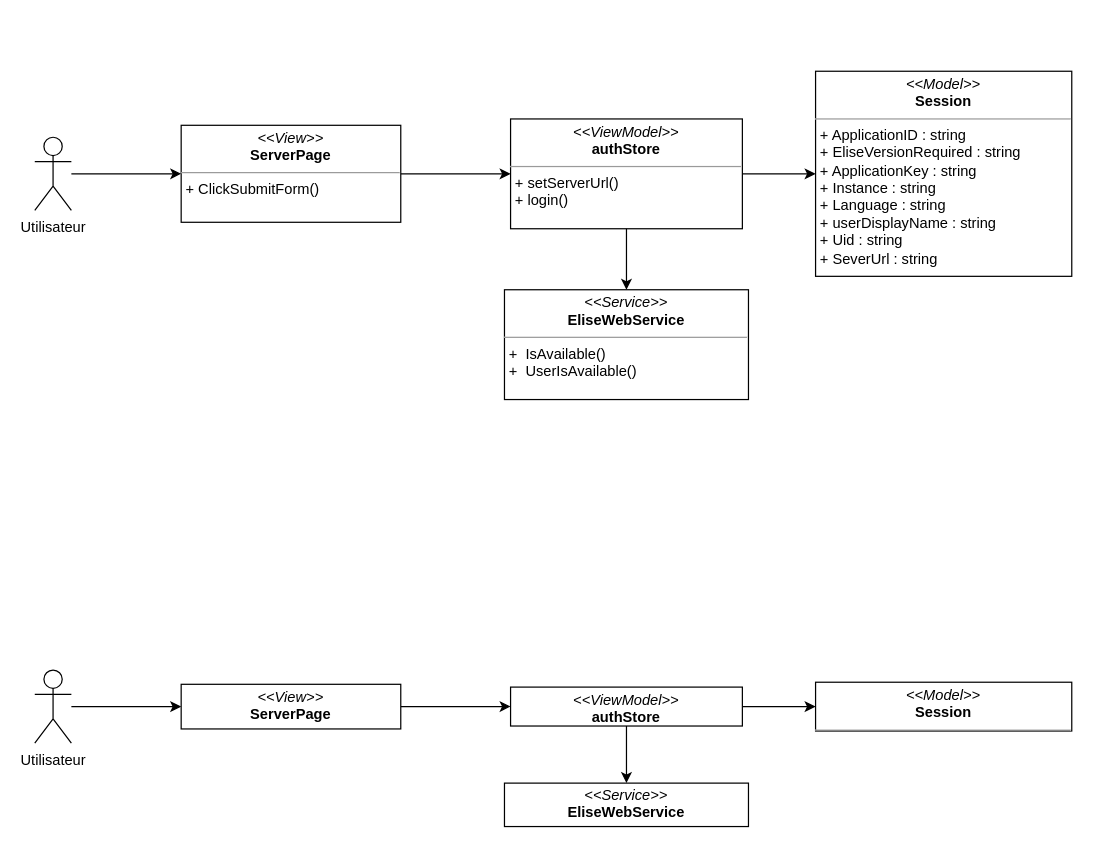
Earlier version of the draw.io diagram dccAuth.drawio (PFE-Neoledge-2023/rapport). Source tidied: cells renumbered, new cells numbered last; positions are measured from the earlier drawing's top-left corner, leaving out a move shared by most shapes. Both pictures are drawn from the tidied source at 122%, with x=0, y=0 at pixel (34, 71).
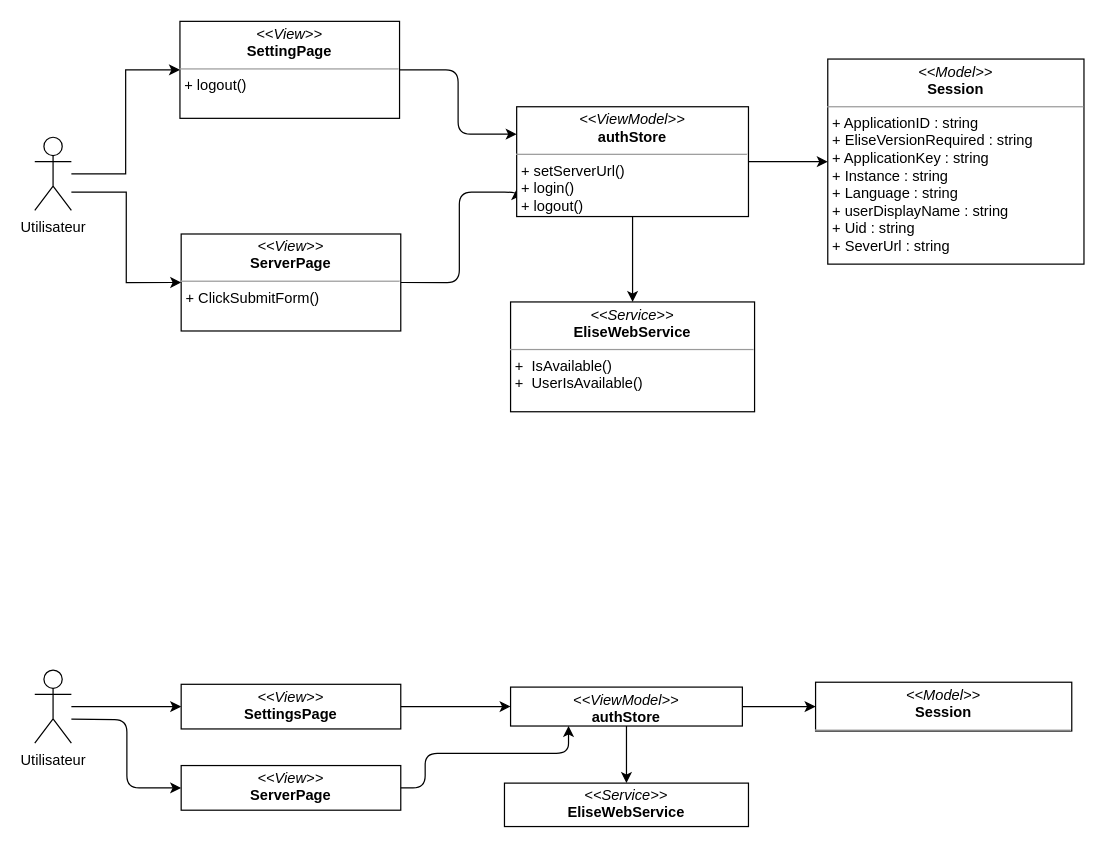
After the change.

Unchanged cells that the change refers to:
```xml
<mxCell id="3" value="Utilisateur" style="shape=umlActor;verticalLabelPosition=bottom;verticalAlign=top;html=1;outlineConnect=0;" parent="1" vertex="1">
  <mxGeometry y="54" width="30" height="60" as="geometry" />
</mxCell>
<mxCell id="16" value="&lt;p style=&quot;margin:0px;margin-top:4px;text-align:center;&quot;&gt;&lt;i&gt;&amp;lt;&amp;lt;ViewModel&amp;gt;&amp;gt;&lt;/i&gt;&lt;br&gt;&lt;b&gt;authStore&lt;/b&gt;&lt;/p&gt;&lt;hr size=&quot;1&quot;&gt;&lt;p style=&quot;margin:0px;margin-left:4px;&quot;&gt;&lt;/p&gt;&lt;p style=&quot;margin:0px;margin-left:4px;&quot;&gt;&lt;br&gt;&lt;/p&gt;" style="verticalAlign=top;align=left;overflow=fill;fontSize=12;fontFamily=Helvetica;html=1;whiteSpace=wrap;" parent="1" vertex="1">
  <mxGeometry x="390" y="504.7" width="190" height="31.9" as="geometry" />
</mxCell>
```

The edit, as a diff of the source:
```diff
@@
     <mxCell id="2" style="edgeStyle=orthogonalEdgeStyle;rounded=0;jettySize=auto;html=1;entryX=0;entryY=0.5;entryDx=0;entryDy=0;" parent="1" edge="1" source="3" target="5">
-      <mxGeometry relative="1" as="geometry" />
+      <mxGeometry relative="1" as="geometry">
+        <Array as="points">
+          <mxPoint x="75" y="99" />
+          <mxPoint x="75" y="173" />
+        </Array>
+      </mxGeometry>
     </mxCell>
+    <mxCell id="20" style="edgeStyle=orthogonalEdgeStyle;html=1;entryX=0;entryY=0.5;entryDx=0;entryDy=0;rounded=0;" parent="1" edge="1" source="3" target="22">
+      <mxGeometry relative="1" as="geometry" />
+    </mxCell>
@@
-    <mxCell id="4" style="edgeStyle=none;html=1;exitX=1;exitY=0.5;exitDx=0;exitDy=0;entryX=0;entryY=0.5;entryDx=0;entryDy=0;startArrow=none;startFill=0;endArrow=classic;endFill=1;" parent="1" edge="1" source="5" target="7">
-      <mxGeometry relative="1" as="geometry" />
+    <mxCell id="4" style="edgeStyle=orthogonalEdgeStyle;html=1;exitX=1;exitY=0.5;exitDx=0;exitDy=0;entryX=0;entryY=0.75;entryDx=0;entryDy=0;startArrow=none;startFill=0;endArrow=classic;endFill=1;" parent="1" edge="1" source="5" target="7">
+      <mxGeometry relative="1" as="geometry">
+        <Array as="points">
+          <mxPoint x="348" y="173" />
+          <mxPoint x="348" y="99" />
+          <mxPoint x="395" y="99" />
+        </Array>
+      </mxGeometry>
     </mxCell>
     <mxCell id="5" value="&lt;p style=&quot;margin:0px;margin-top:4px;text-align:center;&quot;&gt;&lt;i&gt;&amp;lt;&amp;lt;View&amp;gt;&amp;gt;&lt;/i&gt;&lt;br&gt;&lt;b&gt;ServerPage&lt;/b&gt;&lt;/p&gt;&lt;hr style=&quot;border-color: var(--border-color);&quot; size=&quot;1&quot;&gt;&lt;p style=&quot;border-color: var(--border-color); margin: 0px 0px 0px 4px;&quot;&gt;+ ClickSubmitForm()&lt;br&gt;&lt;/p&gt;&lt;p style=&quot;border-color: var(--border-color); margin: 0px 0px 0px 4px;&quot;&gt;&lt;br&gt;&lt;/p&gt;" style="verticalAlign=top;align=left;overflow=fill;fontSize=12;fontFamily=Helvetica;html=1;whiteSpace=wrap;" parent="1" vertex="1">
-      <mxGeometry x="120" y="44.2" width="180" height="79.5" as="geometry" />
+      <mxGeometry x="120" y="133.3" width="180" height="79.5" as="geometry" />
     </mxCell>
@@
-    <mxCell id="7" value="&lt;p style=&quot;margin:0px;margin-top:4px;text-align:center;&quot;&gt;&lt;i&gt;&amp;lt;&amp;lt;ViewModel&amp;gt;&amp;gt;&lt;/i&gt;&lt;br&gt;&lt;b&gt;authStore&lt;/b&gt;&lt;/p&gt;&lt;hr size=&quot;1&quot;&gt;&lt;p style=&quot;margin:0px;margin-left:4px;&quot;&gt;&lt;/p&gt;&lt;p style=&quot;margin:0px;margin-left:4px;&quot;&gt;+ setServerUrl()&lt;/p&gt;&lt;p style=&quot;margin:0px;margin-left:4px;&quot;&gt;+ login()&lt;/p&gt;" style="verticalAlign=top;align=left;overflow=fill;fontSize=12;fontFamily=Helvetica;html=1;whiteSpace=wrap;" parent="1" vertex="1">
-      <mxGeometry x="390" y="39" width="190" height="90" as="geometry" />
+    <mxCell id="7" value="&lt;p style=&quot;margin:0px;margin-top:4px;text-align:center;&quot;&gt;&lt;i&gt;&amp;lt;&amp;lt;ViewModel&amp;gt;&amp;gt;&lt;/i&gt;&lt;br&gt;&lt;b&gt;authStore&lt;/b&gt;&lt;/p&gt;&lt;hr size=&quot;1&quot;&gt;&lt;p style=&quot;margin:0px;margin-left:4px;&quot;&gt;&lt;/p&gt;&lt;p style=&quot;margin:0px;margin-left:4px;&quot;&gt;+ setServerUrl()&lt;/p&gt;&lt;p style=&quot;margin:0px;margin-left:4px;&quot;&gt;+ login()&lt;/p&gt;&lt;p style=&quot;margin:0px;margin-left:4px;&quot;&gt;+ logout()&lt;/p&gt;" style="verticalAlign=top;align=left;overflow=fill;fontSize=12;fontFamily=Helvetica;html=1;whiteSpace=wrap;" parent="1" vertex="1">
+      <mxGeometry x="395" y="29" width="190" height="90" as="geometry" />
     </mxCell>
     <mxCell id="8" value="&lt;p style=&quot;margin:0px;margin-top:4px;text-align:center;&quot;&gt;&lt;i&gt;&amp;lt;&amp;lt;Model&amp;gt;&amp;gt;&lt;/i&gt;&lt;br&gt;&lt;b&gt;Session&lt;/b&gt;&lt;/p&gt;&lt;hr size=&quot;1&quot;&gt;&lt;p style=&quot;margin:0px;margin-left:4px;&quot;&gt;+ ApplicationID : string&amp;nbsp;&lt;/p&gt;&lt;p style=&quot;margin:0px;margin-left:4px;&quot;&gt;+ EliseVersionRequired : string&lt;/p&gt;&lt;p style=&quot;margin:0px;margin-left:4px;&quot;&gt;+ ApplicationKey : string&lt;/p&gt;&lt;p style=&quot;margin:0px;margin-left:4px;&quot;&gt;+ Instance : string&lt;/p&gt;&lt;p style=&quot;margin:0px;margin-left:4px;&quot;&gt;+ Language : string&lt;/p&gt;&lt;p style=&quot;margin:0px;margin-left:4px;&quot;&gt;+ userDisplayName : string&lt;/p&gt;&lt;p style=&quot;margin:0px;margin-left:4px;&quot;&gt;+ Uid : string&lt;/p&gt;&lt;p style=&quot;margin:0px;margin-left:4px;&quot;&gt;+ SeverUrl : string&amp;nbsp;&amp;nbsp;&lt;/p&gt;&lt;p style=&quot;margin:0px;margin-left:4px;&quot;&gt;&lt;br&gt;&lt;/p&gt;" style="verticalAlign=top;align=left;overflow=fill;fontSize=12;fontFamily=Helvetica;html=1;whiteSpace=wrap;" parent="1" vertex="1">
-      <mxGeometry x="640" y="-0.1" width="210" height="168.1" as="geometry" />
+      <mxGeometry x="650" y="-10.1" width="210" height="168.1" as="geometry" />
     </mxCell>
@@
     <mxCell id="10" value="&lt;p style=&quot;margin:0px;margin-top:4px;text-align:center;&quot;&gt;&lt;i&gt;&amp;lt;&amp;lt;Service&amp;gt;&amp;gt;&lt;/i&gt;&lt;br&gt;&lt;b&gt;EliseWebService&lt;/b&gt;&lt;/p&gt;&lt;hr size=&quot;1&quot;&gt;&lt;p style=&quot;margin:0px;margin-left:4px;&quot;&gt;&lt;/p&gt;&lt;p style=&quot;margin:0px;margin-left:4px;&quot;&gt;+&amp;nbsp; IsAvailable()&lt;/p&gt;&lt;p style=&quot;margin:0px;margin-left:4px;&quot;&gt;+&amp;nbsp; UserIsAvailable()&lt;/p&gt;" style="verticalAlign=top;align=left;overflow=fill;fontSize=12;fontFamily=Helvetica;html=1;whiteSpace=wrap;" parent="1" vertex="1">
-      <mxGeometry x="385" y="179" width="200" height="90" as="geometry" />
+      <mxGeometry x="390" y="189" width="200" height="90" as="geometry" />
     </mxCell>
@@
-    <mxCell id="14" value="&lt;p style=&quot;margin:0px;margin-top:4px;text-align:center;&quot;&gt;&lt;i&gt;&amp;lt;&amp;lt;View&amp;gt;&amp;gt;&lt;/i&gt;&lt;br&gt;&lt;b&gt;ServerPage&lt;/b&gt;&lt;/p&gt;&lt;hr style=&quot;border-color: var(--border-color);&quot; size=&quot;1&quot;&gt;&lt;p style=&quot;border-color: var(--border-color); margin: 0px 0px 0px 4px;&quot;&gt;&lt;br&gt;&lt;/p&gt;" style="verticalAlign=top;align=left;overflow=fill;fontSize=12;fontFamily=Helvetica;html=1;whiteSpace=wrap;" parent="1" vertex="1">
+    <mxCell id="14" value="&lt;p style=&quot;margin:0px;margin-top:4px;text-align:center;&quot;&gt;&lt;i&gt;&amp;lt;&amp;lt;View&amp;gt;&amp;gt;&lt;/i&gt;&lt;br&gt;&lt;b&gt;SettingsPage&lt;/b&gt;&lt;/p&gt;&lt;hr style=&quot;border-color: var(--border-color);&quot; size=&quot;1&quot;&gt;&lt;p style=&quot;border-color: var(--border-color); margin: 0px 0px 0px 4px;&quot;&gt;&lt;br&gt;&lt;/p&gt;" style="verticalAlign=top;align=left;overflow=fill;fontSize=12;fontFamily=Helvetica;html=1;whiteSpace=wrap;" parent="1" vertex="1">
       <mxGeometry x="120" y="502.4" width="180" height="36.6" as="geometry" />
     </mxCell>
@@
+    <mxCell id="21" style="edgeStyle=orthogonalEdgeStyle;html=1;entryX=0;entryY=0.25;entryDx=0;entryDy=0;" parent="1" edge="1" source="22" target="7">
+      <mxGeometry relative="1" as="geometry" />
+    </mxCell>
+    <mxCell id="22" value="&lt;p style=&quot;margin:0px;margin-top:4px;text-align:center;&quot;&gt;&lt;i&gt;&amp;lt;&amp;lt;View&amp;gt;&amp;gt;&lt;/i&gt;&lt;br&gt;&lt;b&gt;SettingPage&lt;/b&gt;&lt;/p&gt;&lt;hr style=&quot;border-color: var(--border-color);&quot; size=&quot;1&quot;&gt;&lt;p style=&quot;border-color: var(--border-color); margin: 0px 0px 0px 4px;&quot;&gt;+ logout()&lt;/p&gt;" style="verticalAlign=top;align=left;overflow=fill;fontSize=12;fontFamily=Helvetica;html=1;whiteSpace=wrap;" parent="1" vertex="1">
+      <mxGeometry x="119" y="-41" width="180" height="79.5" as="geometry" />
+    </mxCell>
+    <mxCell id="23" value="&lt;p style=&quot;margin:0px;margin-top:4px;text-align:center;&quot;&gt;&lt;i&gt;&amp;lt;&amp;lt;View&amp;gt;&amp;gt;&lt;/i&gt;&lt;br&gt;&lt;b&gt;ServerPage&lt;/b&gt;&lt;/p&gt;&lt;hr style=&quot;border-color: var(--border-color);&quot; size=&quot;1&quot;&gt;&lt;p style=&quot;border-color: var(--border-color); margin: 0px 0px 0px 4px;&quot;&gt;&lt;br&gt;&lt;/p&gt;" style="verticalAlign=top;align=left;overflow=fill;fontSize=12;fontFamily=Helvetica;html=1;whiteSpace=wrap;" parent="1" vertex="1">
+      <mxGeometry x="120" y="569" width="180" height="36.6" as="geometry" />
+    </mxCell>
+    <mxCell id="24" style="edgeStyle=orthogonalEdgeStyle;html=1;entryX=0;entryY=0.5;entryDx=0;entryDy=0;" parent="1" edge="1" target="23">
+      <mxGeometry relative="1" as="geometry">
+        <mxPoint x="30" y="531" as="sourcePoint" />
+      </mxGeometry>
+    </mxCell>
+    <mxCell id="25" style="edgeStyle=orthogonalEdgeStyle;html=1;exitX=1;exitY=0.5;exitDx=0;exitDy=0;entryX=0.25;entryY=1;entryDx=0;entryDy=0;startArrow=none;startFill=0;endArrow=classic;endFill=1;" parent="1" edge="1" source="23" target="16">
+      <mxGeometry relative="1" as="geometry">
+        <Array as="points">
+          <mxPoint x="320" y="587" />
+          <mxPoint x="320" y="559" />
+          <mxPoint x="438" y="559" />
+        </Array>
+      </mxGeometry>
+    </mxCell>
```
